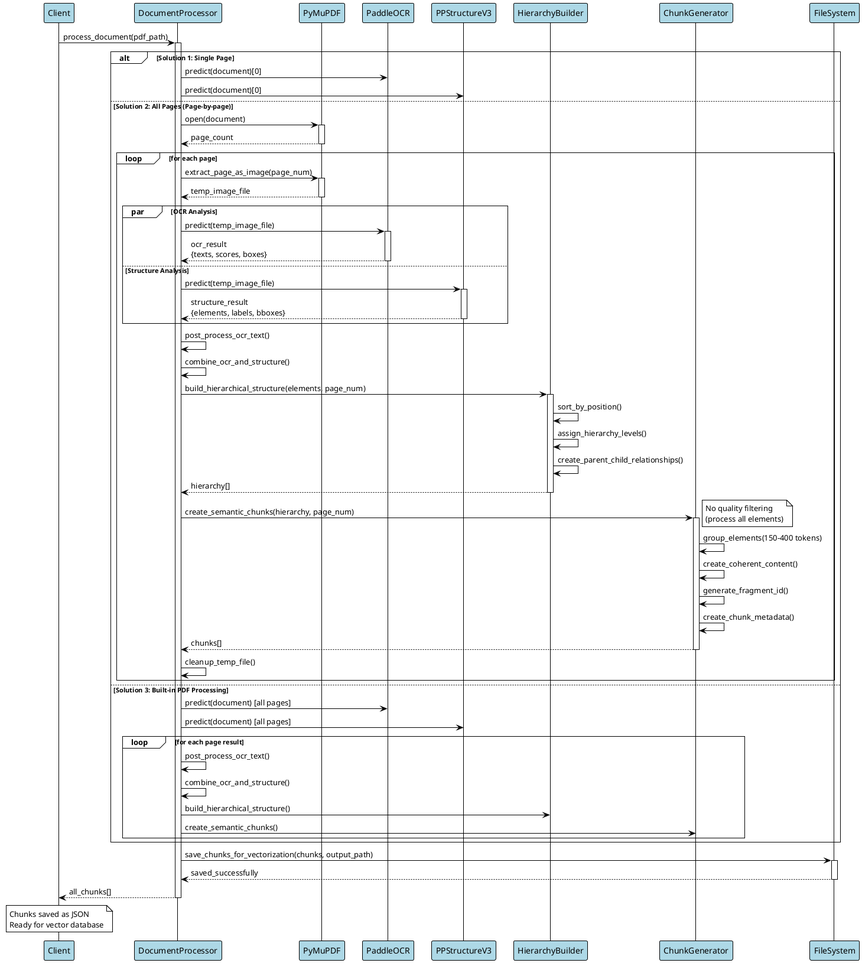
The PlantUML diagram diagrams/Enhanced Document Processor Sequence Diagram.png in devulogi/customocr, before a commit.
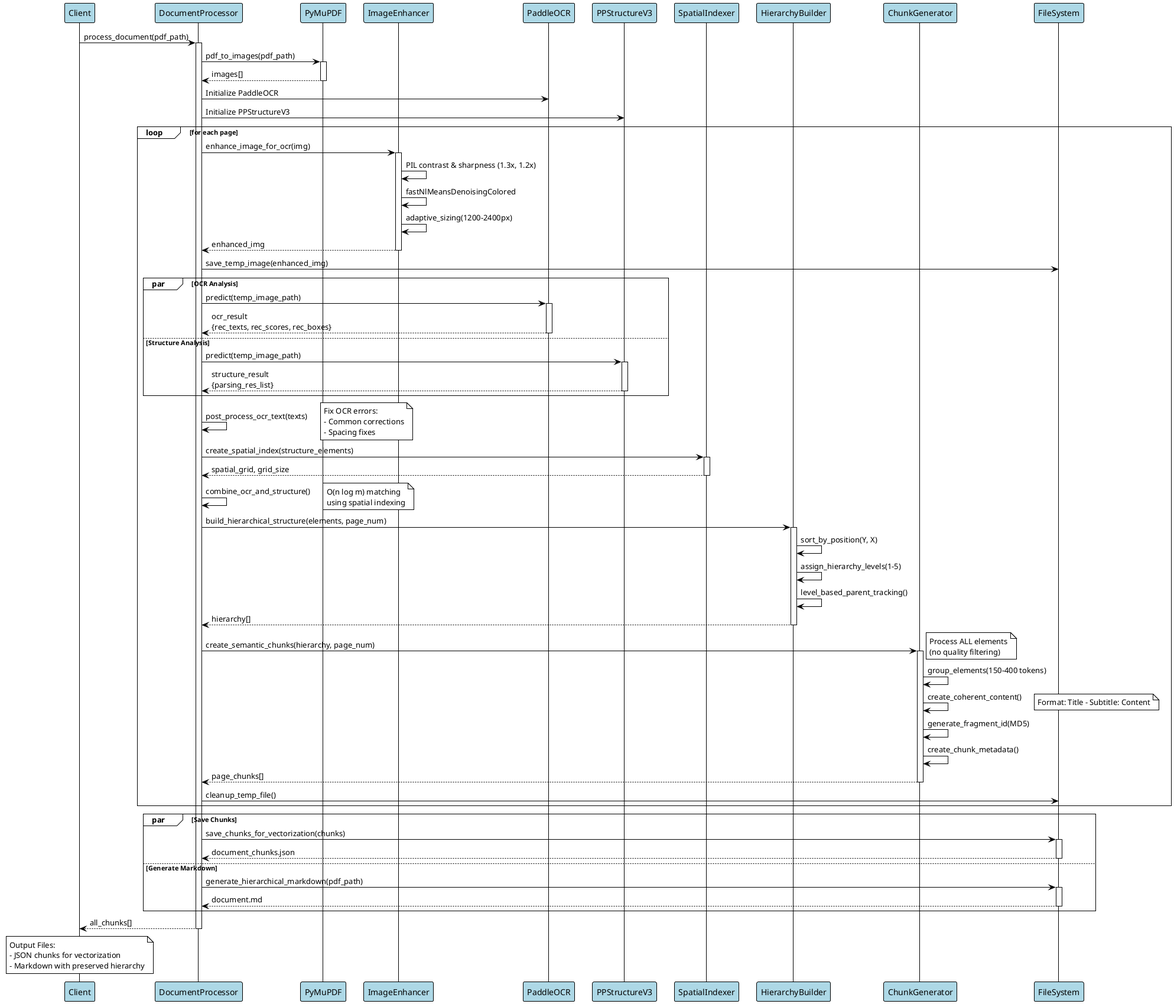
After the change.

Commit message:
refactor: update activity and sequence diagrams for enhanced multi-page processing flow

Diff of the diagram source:
```diff
@@ -8,8 +8,10 @@
 participant "Client" as C
 participant "DocumentProcessor" as DP
 participant "PyMuPDF" as PDF
+participant "ImageEnhancer" as IE
 participant "PaddleOCR" as OCR
 participant "PPStructureV3" as PS
+participant "SpatialIndexer" as SI
 participant "HierarchyBuilder" as HB
 participant "ChunkGenerator" as CG
 participant "FileSystem" as FS
@@ -17,76 +19,85 @@
 C -> DP: process_document(pdf_path)
 activate DP
 
-alt Solution 1: Single Page
-    DP -> OCR: predict(document)[0]
-    DP -> PS: predict(document)[0]
-else Solution 2: All Pages (Page-by-page)
-    DP -> PDF: open(document)
-    activate PDF
-    PDF --> DP: page_count
-    deactivate PDF
+DP -> PDF: pdf_to_images(pdf_path)
+activate PDF
+PDF --> DP: images[]
+deactivate PDF
 
-    loop for each page
-        DP -> PDF: extract_page_as_image(page_num)
-        activate PDF
-        PDF --> DP: temp_image_file
-        deactivate PDF
+DP -> OCR: Initialize PaddleOCR
+DP -> PS: Initialize PPStructureV3
 
-        par OCR Analysis
-            DP -> OCR: predict(temp_image_file)
-            activate OCR
-            OCR --> DP: ocr_result\n{texts, scores, boxes}
-            deactivate OCR
-        else Structure Analysis
-            DP -> PS: predict(temp_image_file)
-            activate PS
-            PS --> DP: structure_result\n{elements, labels, bboxes}
-            deactivate PS
-        end
+loop for each page
+    DP -> IE: enhance_image_for_ocr(img)
+    activate IE
+    IE -> IE: PIL contrast & sharpness (1.3x, 1.2x)
+    IE -> IE: fastNlMeansDenoisingColored
+    IE -> IE: adaptive_sizing(1200-2400px)
+    IE --> DP: enhanced_img
+    deactivate IE
 
-        DP -> DP: post_process_ocr_text()
-        DP -> DP: combine_ocr_and_structure()
+    DP -> FS: save_temp_image(enhanced_img)
 
-        DP -> HB: build_hierarchical_structure(elements, page_num)
-        activate HB
-        HB -> HB: sort_by_position()
-        HB -> HB: assign_hierarchy_levels()
-        HB -> HB: create_parent_child_relationships()
-        HB --> DP: hierarchy[]
-        deactivate HB
+    par OCR Analysis
+        DP -> OCR: predict(temp_image_path)
+        activate OCR
+        OCR --> DP: ocr_result\n{rec_texts, rec_scores, rec_boxes}
+        deactivate OCR
+    else Structure Analysis
+        DP -> PS: predict(temp_image_path)
+        activate PS
+        PS --> DP: structure_result\n{parsing_res_list}
+        deactivate PS
+    end
 
-        DP -> CG: create_semantic_chunks(hierarchy, page_num)
-        activate CG
-        note right: No quality filtering\n(process all elements)
-        CG -> CG: group_elements(150-400 tokens)
-        CG -> CG: create_coherent_content()
-        CG -> CG: generate_fragment_id()
-        CG -> CG: create_chunk_metadata()
-        CG --> DP: chunks[]
-        deactivate CG
+    DP -> DP: post_process_ocr_text(texts)
+    note right: Fix OCR errors:\n- Common corrections\n- Spacing fixes
 
-        DP -> DP: cleanup_temp_file()
-    end
-else Solution 3: Built-in PDF Processing
-    DP -> OCR: predict(document) [all pages]
-    DP -> PS: predict(document) [all pages]
+    DP -> SI: create_spatial_index(structure_elements)
+    activate SI
+    SI --> DP: spatial_grid, grid_size
+    deactivate SI
 
-    loop for each page result
-        DP -> DP: post_process_ocr_text()
-        DP -> DP: combine_ocr_and_structure()
-        DP -> HB: build_hierarchical_structure()
-        DP -> CG: create_semantic_chunks()
-    end
+    DP -> DP: combine_ocr_and_structure()
+    note right: O(n log m) matching\nusing spatial indexing
+
+    DP -> HB: build_hierarchical_structure(elements, page_num)
+    activate HB
+    HB -> HB: sort_by_position(Y, X)
+    HB -> HB: assign_hierarchy_levels(1-5)
+    HB -> HB: level_based_parent_tracking()
+    HB --> DP: hierarchy[]
+    deactivate HB
+
+    DP -> CG: create_semantic_chunks(hierarchy, page_num)
+    activate CG
+    note right: Process ALL elements\n(no quality filtering)
+    CG -> CG: group_elements(150-400 tokens)
+    CG -> CG: create_coherent_content()
+    note right: Format: Title - Subtitle: Content
+    CG -> CG: generate_fragment_id(MD5)
+    CG -> CG: create_chunk_metadata()
+    CG --> DP: page_chunks[]
+    deactivate CG
+
+    DP -> FS: cleanup_temp_file()
 end
 
-DP -> FS: save_chunks_for_vectorization(chunks, output_path)
-activate FS
-FS --> DP: saved_successfully
-deactivate FS
+par Save Chunks
+    DP -> FS: save_chunks_for_vectorization(chunks)
+    activate FS
+    FS --> DP: document_chunks.json
+    deactivate FS
+else Generate Markdown
+    DP -> FS: generate_hierarchical_markdown(pdf_path)
+    activate FS
+    FS --> DP: document.md
+    deactivate FS
+end
 
 DP --> C: all_chunks[]
 deactivate DP
 
-note over C: Chunks saved as JSON\nReady for vector database
+note over C: Output Files:\n- JSON chunks for vectorization\n- Markdown with preserved hierarchy
 
 @enduml
```
